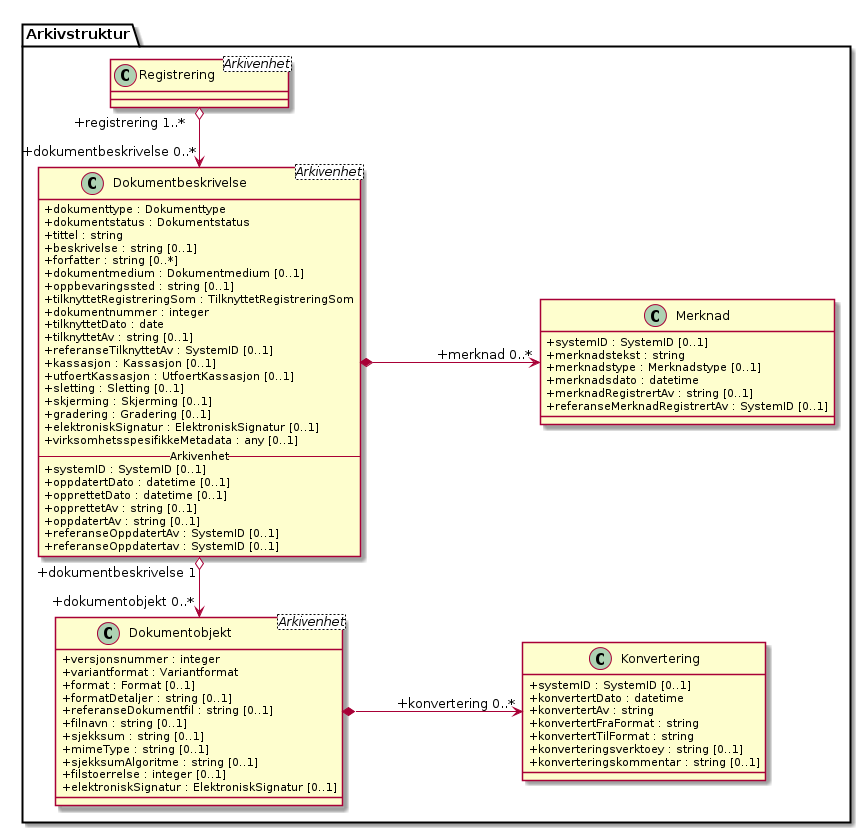
The PlantUML diagram kapitler/media/uml-arkivstruktur-dokumentbeskrivelse-og-dokumentobjekt.png in arkivverket/noark5-tjenestegrensesnitt-standard, before a commit.
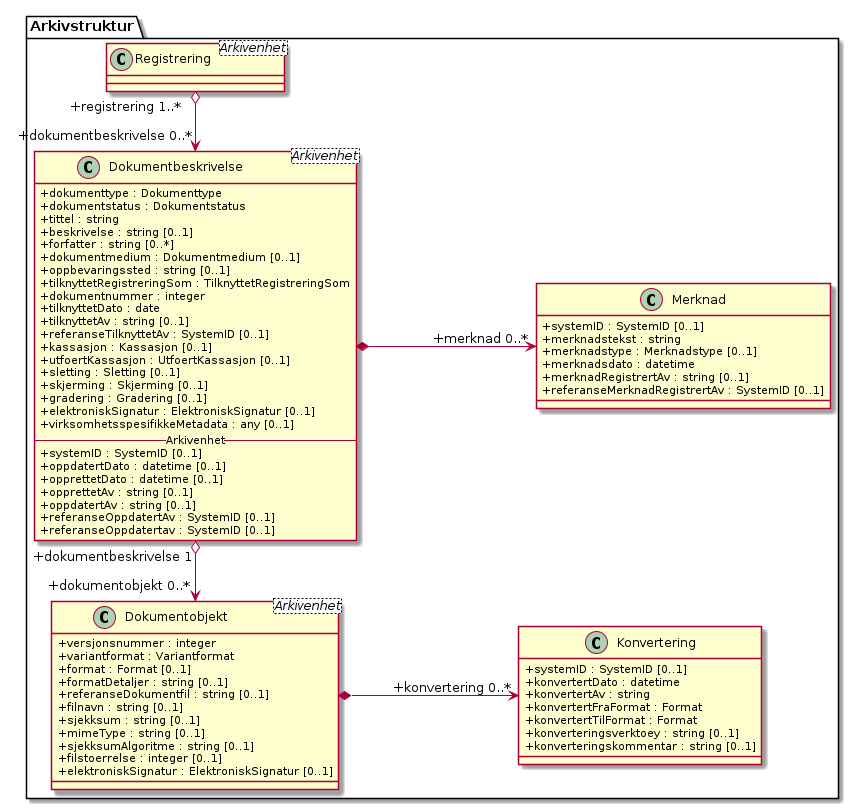
The same diagram one commit later.

Change to the diagram source:
```diff
@@ -28,8 +28,8 @@
   +systemID : SystemID [0..1]
   +konvertertDato : datetime
   +konvertertAv : string
-  +konvertertFraFormat : string
-  +konvertertTilFormat : string
+  +konvertertFraFormat : Format
+  +konvertertTilFormat : Format
   +konverteringsverktoey : string [0..1]
   +konverteringskommentar : string [0..1]
 }
```
